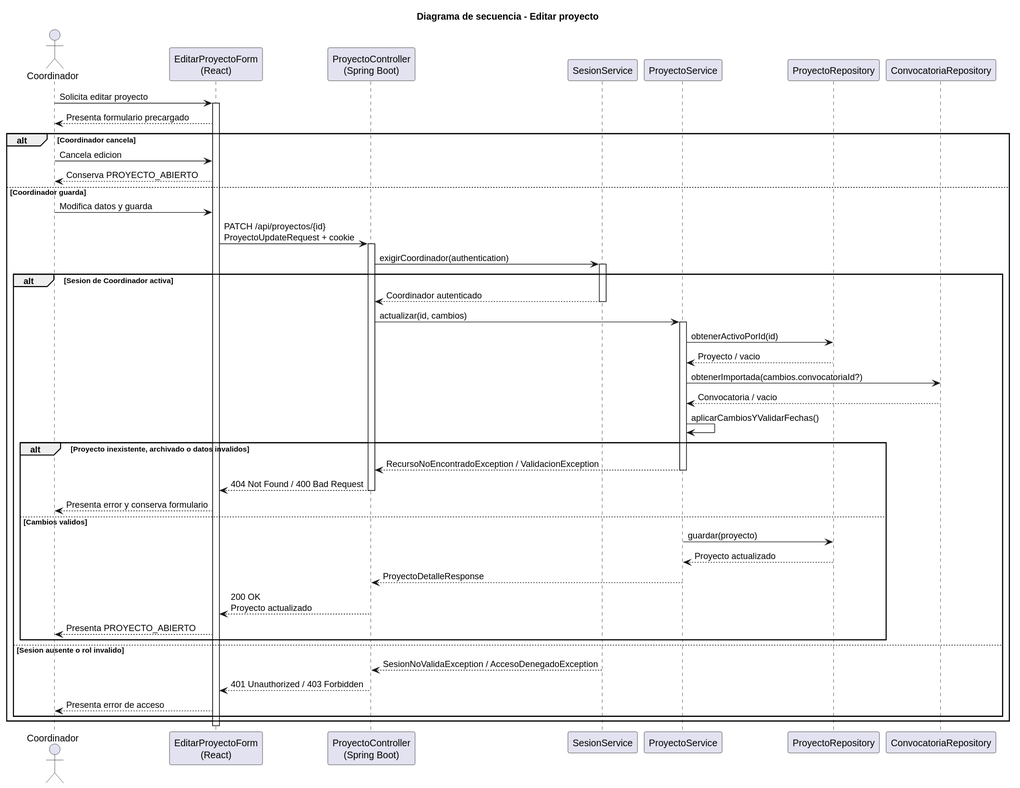
The PlantUML diagram images/RUP/02-diseño/casos-uso/coordinador/editarProyecto/secuencia.svg in beatriizorozco/25-26-idsw2-sdVC, before a commit.
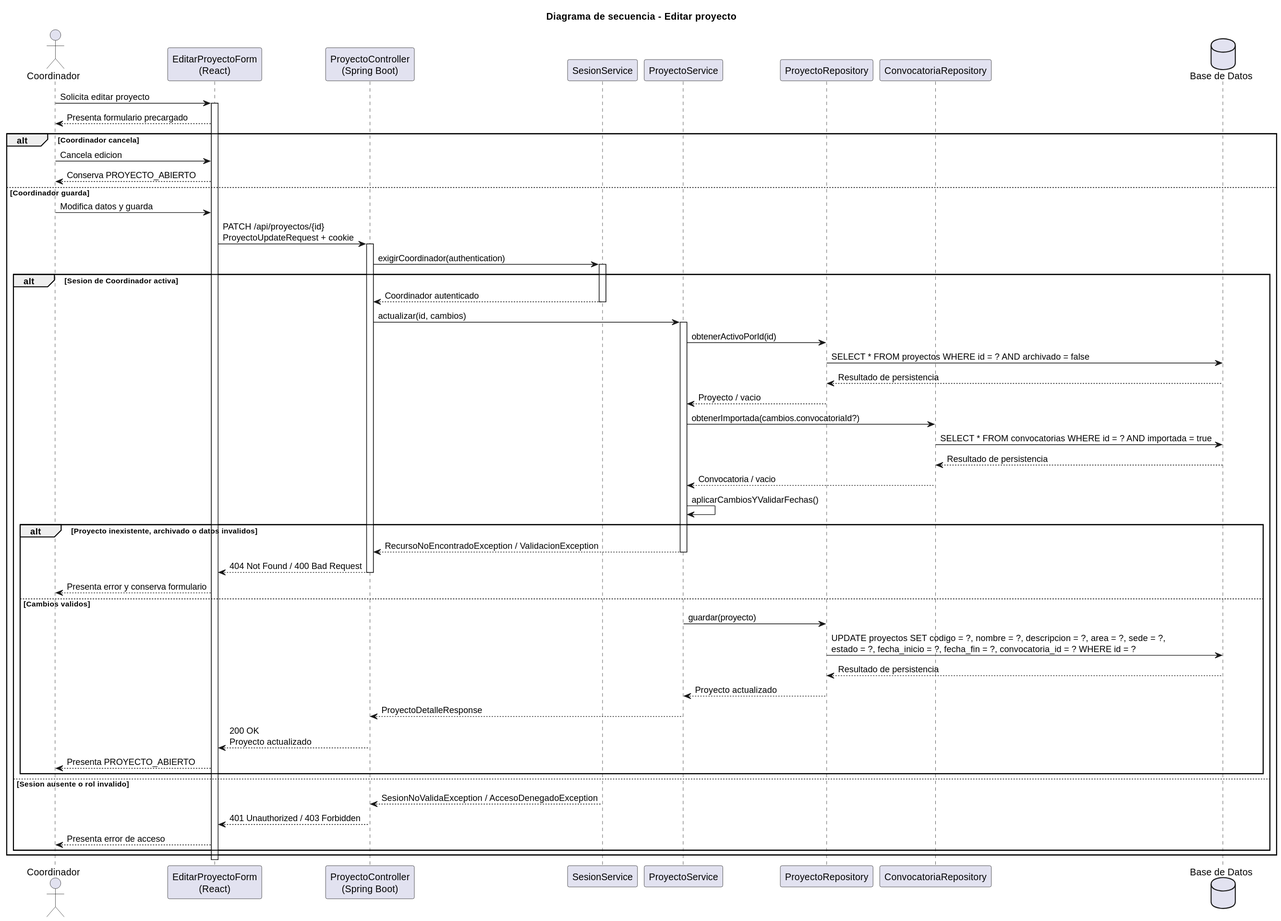
After the commit.

Change to the diagram source:
```diff
@@ -8,6 +8,7 @@
 participant "ProyectoService" as Service
 participant "ProyectoRepository" as Repo
 participant "ConvocatoriaRepository" as ConvocatoriaRepo
+database "Base de Datos" as DB
 
 Coordinador -> Frontend: Solicita editar proyecto
 activate Frontend
@@ -27,8 +28,12 @@
         Api -> Service: actualizar(id, cambios)
         activate Service
         Service -> Repo: obtenerActivoPorId(id)
+        Repo -> DB: SELECT * FROM proyectos WHERE id = ? AND archivado = false
+        DB --> Repo: Resultado de persistencia
         Repo --> Service: Proyecto / vacio
         Service -> ConvocatoriaRepo: obtenerImportada(cambios.convocatoriaId?)
+        ConvocatoriaRepo -> DB: SELECT * FROM convocatorias WHERE id = ? AND importada = true
+        DB --> ConvocatoriaRepo: Resultado de persistencia
         ConvocatoriaRepo --> Service: Convocatoria / vacio
         Service -> Service: aplicarCambiosYValidarFechas()
         alt Proyecto inexistente, archivado o datos invalidos
@@ -39,6 +44,8 @@
             Frontend --> Coordinador: Presenta error y conserva formulario
         else Cambios validos
             Service -> Repo: guardar(proyecto)
+        Repo -> DB: UPDATE proyectos SET codigo = ?, nombre = ?, descripcion = ?, area = ?, sede = ?,\nestado = ?, fecha_inicio = ?, fecha_fin = ?, convocatoria_id = ? WHERE id = ?
+            DB --> Repo: Resultado de persistencia
             Repo --> Service: Proyecto actualizado
             Service --> Api: ProyectoDetalleResponse
             deactivate Service
```
